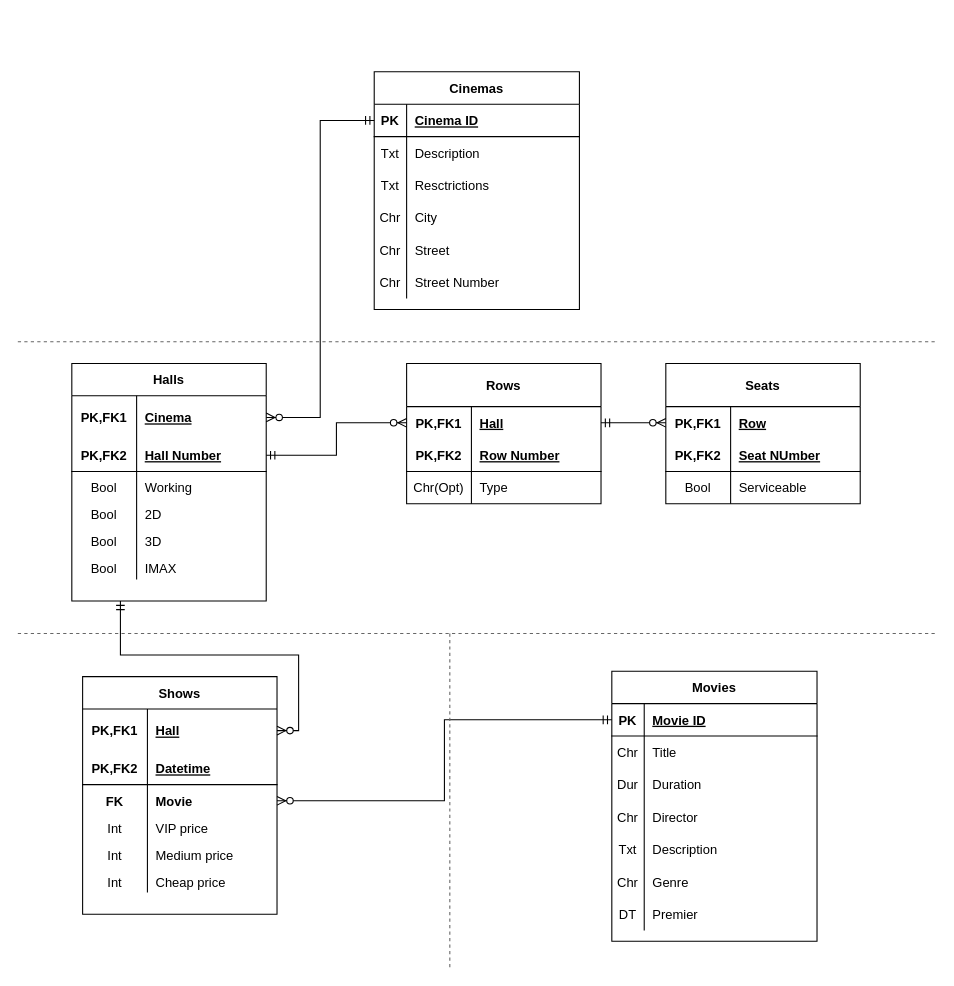
This is description/db.drawio from pointuseless/kinocms, a draw.io file, before an edit. Source tidied: cells renumbered, new cells numbered last; positions are measured from the earlier drawing's top-left corner, leaving out a move shared by most shapes. Both pictures are drawn from the tidied source at 108%, with x=0, y=0 at pixel (17, 71).
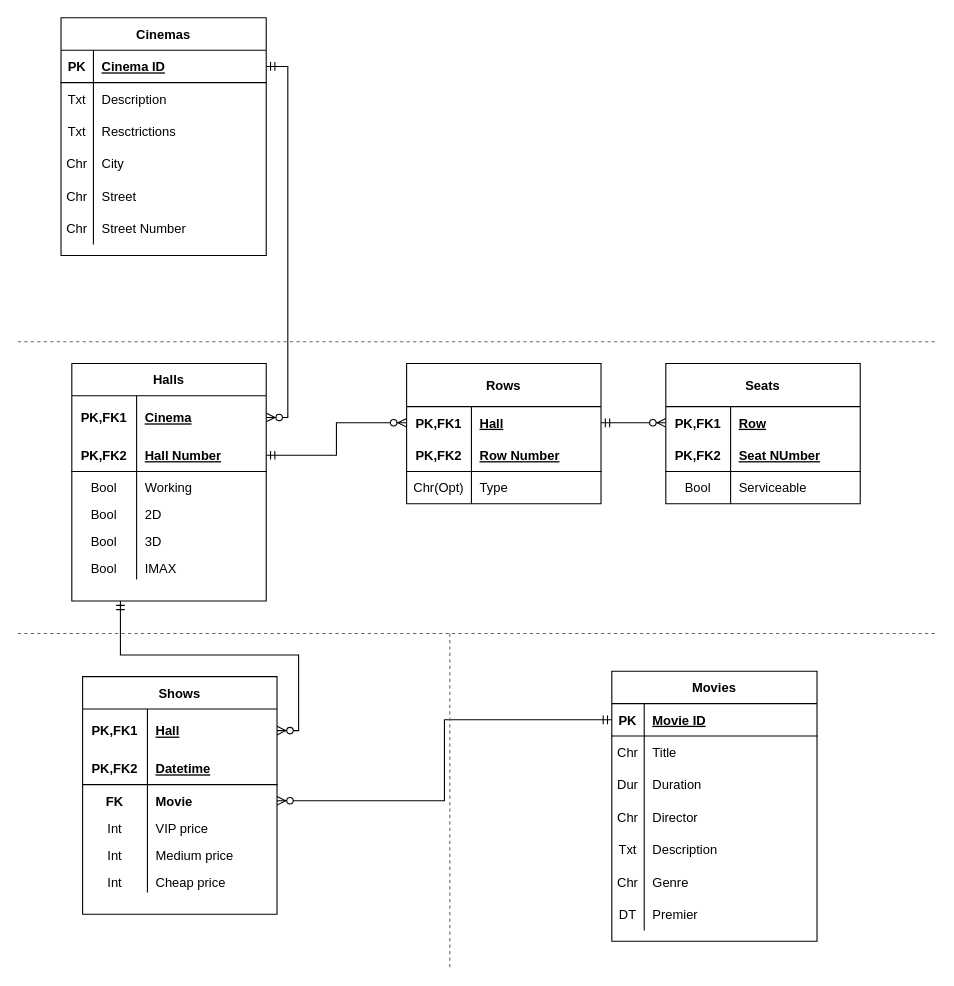
Above is the later version.

Unchanged cells that the change refers to:
```xml
<mxCell id="22" style="shape=partialRectangle;fillColor=none;top=0;left=0;bottom=0;right=0;points=[[0,0.5],[1,0.5]];portConstraint=eastwest;" parent="21" vertex="1">
  <mxGeometry y="30" width="180" height="40" as="geometry" />
</mxCell>
<mxCell id="87" style="shape=partialRectangle;fillColor=none;top=0;left=0;bottom=1;right=0;points=[[0,0.5],[1,0.5]];portConstraint=eastwest;" parent="86" vertex="1">
  <mxGeometry y="30" width="190" height="30" as="geometry" />
</mxCell>
```

What changed in the source:
```diff
@@
     <mxCell id="86" value="Cinemas" style="shape=table;startSize=30;childLayout=tableLayout;rowLines=0;fontStyle=1;align=center;" parent="1" vertex="1">
-      <mxGeometry x="330" width="190" height="220" as="geometry" />
+      <mxGeometry x="40" y="-50" width="190" height="220" as="geometry" />
     </mxCell>
@@
-    <mxCell id="105" style="edgeStyle=orthogonalEdgeStyle;rounded=0;jettySize=auto;html=1;exitX=1;exitY=0.5;exitDx=0;exitDy=0;entryX=0;entryY=0.5;entryDx=0;entryDy=0;startArrow=ERzeroToMany;startFill=1;endArrow=ERmandOne;endFill=0;" parent="1" edge="1" source="22" target="87">
+    <mxCell id="105" style="edgeStyle=orthogonalEdgeStyle;rounded=0;jettySize=auto;html=1;exitX=1;exitY=0.5;exitDx=0;exitDy=0;entryX=1;entryY=0.5;entryDx=0;entryDy=0;startArrow=ERzeroToMany;startFill=1;endArrow=ERmandOne;endFill=0;" parent="1" edge="1" source="22" target="87">
       <mxGeometry relative="1" as="geometry" />
     </mxCell>
```
